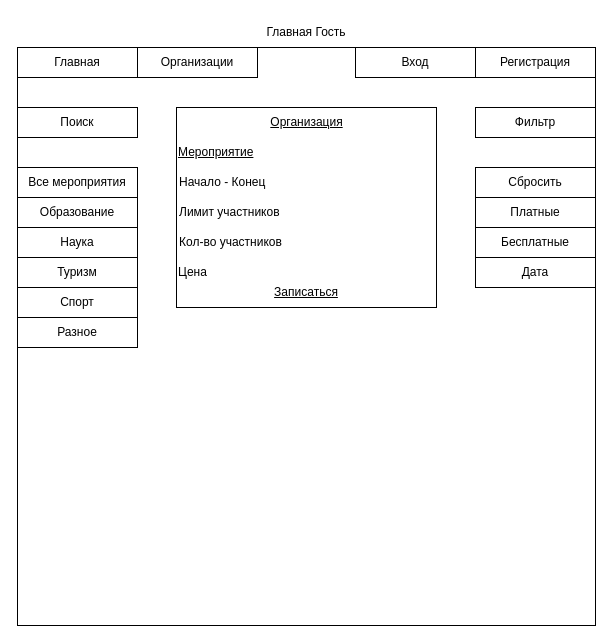
Above: page "Страница — 2" (2 of 4) of Диаграмма без названия.drawio in Drytimor/GIT (draw.io), before the change. Source tidied: cells renumbered, new cells numbered last; positions are measured from the earlier drawing's top-left corner, leaving out a move shared by most shapes. Both pictures are drawn from the tidied source at 100%, with x=0, y=0 at pixel (17, 17).
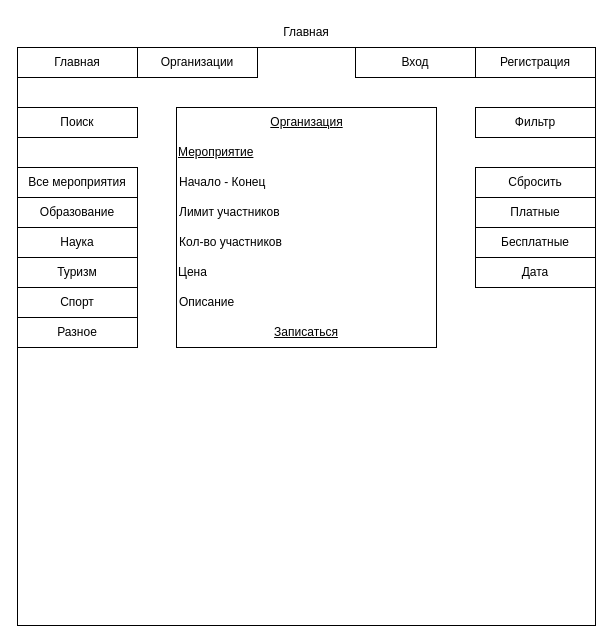
The same diagram, later.

Change to the diagram source:
```diff
@@
-    <mxCell id="11" value="Главная Гость" style="text;html=1;strokeColor=none;fillColor=none;align=center;verticalAlign=middle;whiteSpace=wrap;rounded=0;" parent="1" vertex="1">
+    <mxCell id="11" value="Главная" style="text;html=1;strokeColor=none;fillColor=none;align=center;verticalAlign=middle;whiteSpace=wrap;rounded=0;" parent="1" vertex="1">
       <mxGeometry x="214" width="150" height="30" as="geometry" />
     </mxCell>
@@
     <mxCell id="16" style="rounded=0;whiteSpace=wrap;html=1;" parent="1" vertex="1">
-      <mxGeometry x="159" y="90" width="260" height="200" as="geometry" />
+      <mxGeometry x="159" y="90" width="260" height="240" as="geometry" />
     </mxCell>
@@
     <mxCell id="22" value="Записаться" style="text;html=1;strokeColor=none;fillColor=none;align=center;verticalAlign=middle;whiteSpace=wrap;rounded=0;fontStyle=4;" parent="1" vertex="1">
-      <mxGeometry x="234" y="260" width="110" height="30" as="geometry" />
+      <mxGeometry x="234" y="300" width="110" height="30" as="geometry" />
     </mxCell>
@@
+    <mxCell id="28" value="Описание" style="text;html=1;strokeColor=none;fillColor=none;align=left;verticalAlign=middle;whiteSpace=wrap;rounded=0;" parent="1" vertex="1">
+      <mxGeometry x="160" y="270" width="110" height="30" as="geometry" />
+    </mxCell>
```
